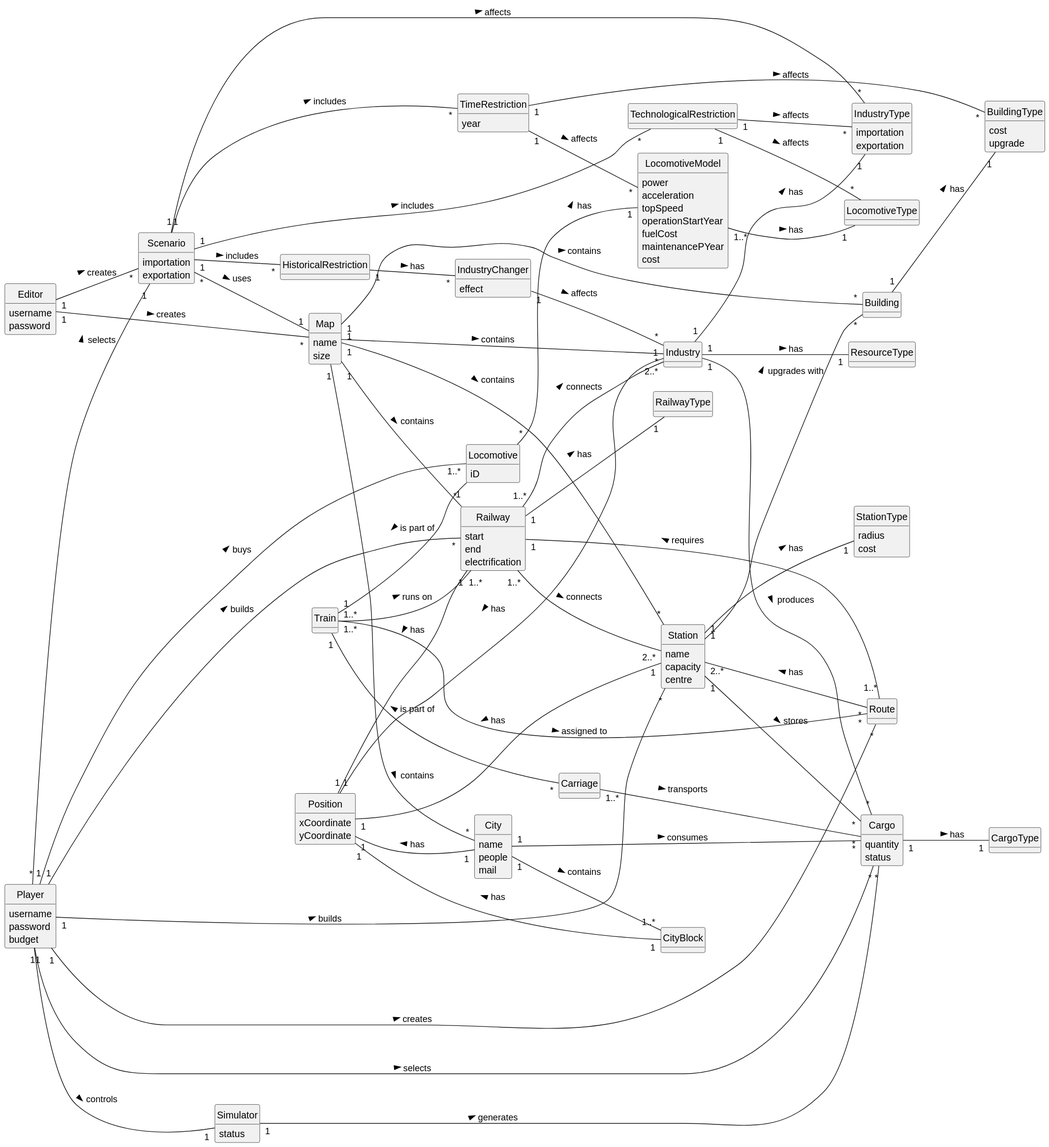
This is Sprint2/global-artifacts/02.analysis/svg/DM.svg from 1240935/pi2-railway-simulator, a PlantUML export, as it was before one commit.
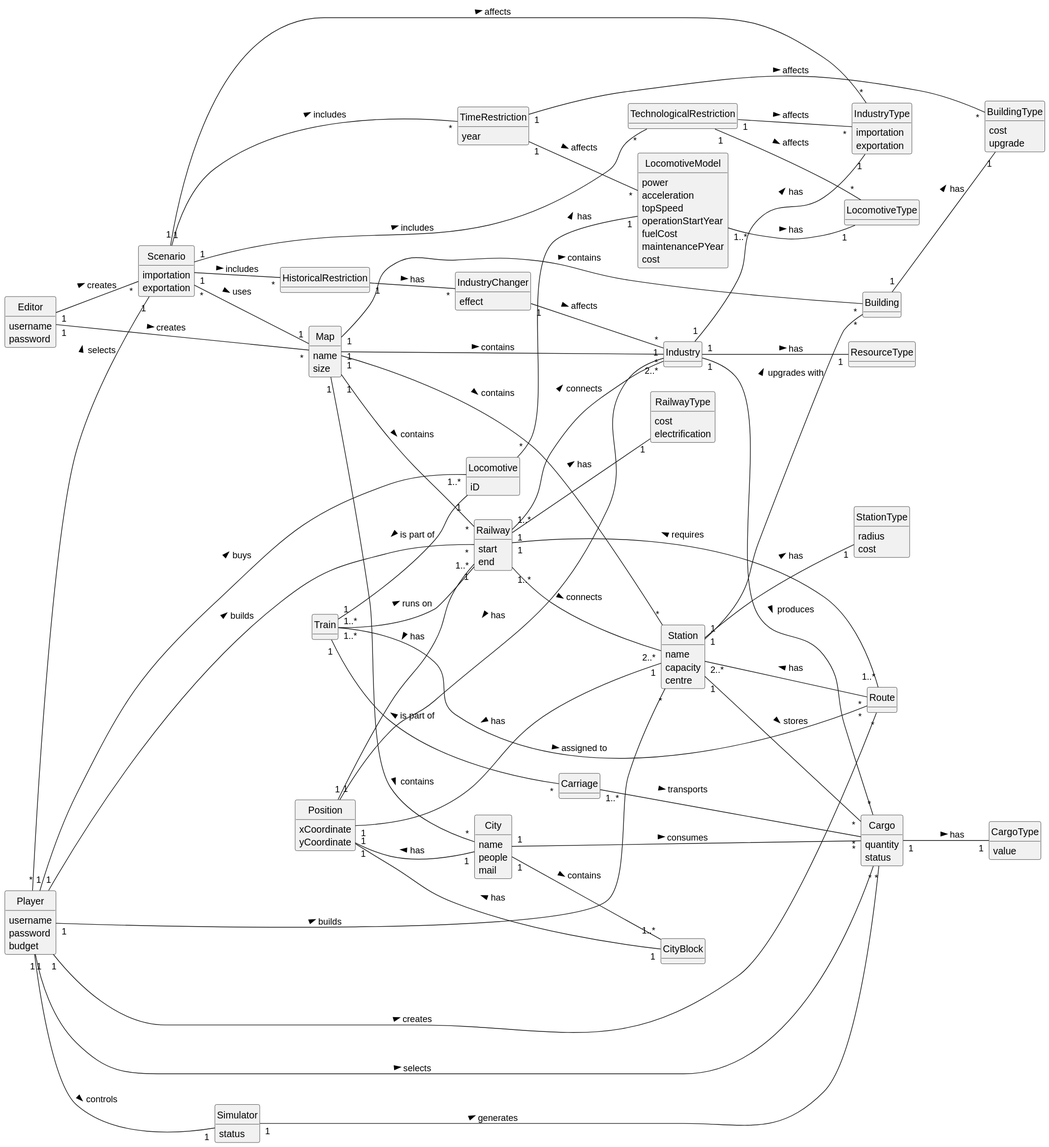
The same diagram one commit later.

Change to the diagram source:
```diff
@@ -76,10 +76,11 @@
 class Railway{
     start
     end
-    electrification
 }
 
 class RailwayType{
+    cost
+    electrification
 }
 
 class Cargo {
@@ -88,6 +89,7 @@
 }
 
 class CargoType{
+    value
 }
 
 class Locomotive {
```
